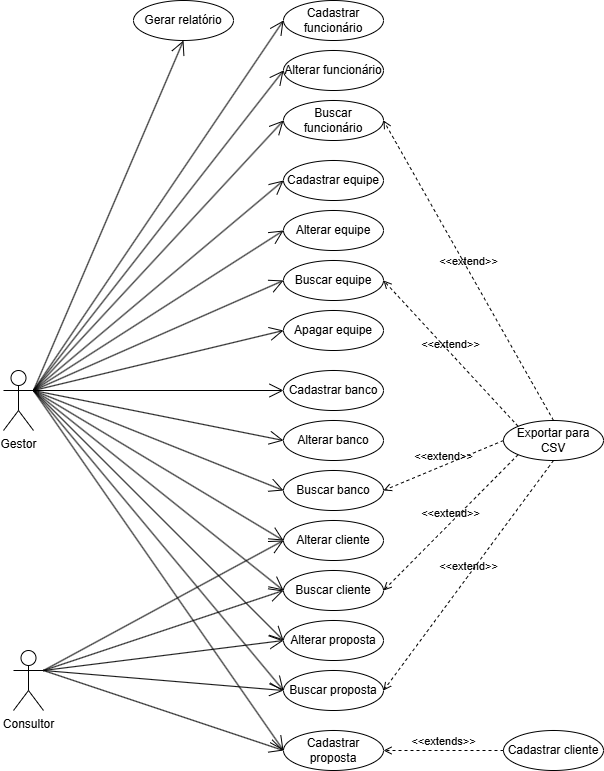
Hilan-CP/JSF-corban-multibancos keeps this draw.io diagram as documents/diagrama_de_caso_de_uso.png. Above is the earlier version. Source tidied: cells renumbered, new cells last; positions are measured from the earlier drawing's top-left corner, leaving out a move shared by most shapes. Its diagram source:
```xml
<mxGraphModel>
  <root>
    <mxCell id="0" />
    <mxCell id="1" parent="0" />
    <mxCell id="2" value="Gestor" style="shape=umlActor;verticalLabelPosition=bottom;verticalAlign=top;html=1;" parent="1" vertex="1">
      <mxGeometry y="370" width="30" height="60" as="geometry" />
    </mxCell>
    <mxCell id="3" value="Exportar para CSV" style="ellipse;whiteSpace=wrap;html=1;" parent="1" vertex="1">
      <mxGeometry x="500" y="420" width="100" height="40" as="geometry" />
    </mxCell>
    <mxCell id="4" value="Gerar relatório" style="ellipse;whiteSpace=wrap;html=1;" parent="1" vertex="1">
      <mxGeometry x="130" width="100" height="40" as="geometry" />
    </mxCell>
    <mxCell id="5" style="group;" parent="1" vertex="1">
      <mxGeometry x="280" width="100" height="140" as="geometry" />
    </mxCell>
    <mxCell id="6" value="Cadastrar funcionário" style="ellipse;whiteSpace=wrap;html=1;" parent="5" vertex="1">
      <mxGeometry width="100" height="40" as="geometry" />
    </mxCell>
    <mxCell id="7" value="Alterar funcionário" style="ellipse;whiteSpace=wrap;html=1;" parent="5" vertex="1">
      <mxGeometry y="50" width="100" height="40" as="geometry" />
    </mxCell>
    <mxCell id="8" value="Buscar funcionário" style="ellipse;whiteSpace=wrap;html=1;" parent="5" vertex="1">
      <mxGeometry y="100" width="100" height="40" as="geometry" />
    </mxCell>
    <mxCell id="9" style="group;" parent="1" vertex="1">
      <mxGeometry x="280" y="160" width="100" height="190" as="geometry" />
    </mxCell>
    <mxCell id="10" value="Apagar equipe" style="ellipse;whiteSpace=wrap;html=1;" parent="9" vertex="1">
      <mxGeometry y="150" width="100" height="40" as="geometry" />
    </mxCell>
    <mxCell id="11" value="Cadastrar equipe" style="ellipse;whiteSpace=wrap;html=1;" parent="9" vertex="1">
      <mxGeometry width="100" height="40" as="geometry" />
    </mxCell>
    <mxCell id="12" value="Alterar equipe" style="ellipse;whiteSpace=wrap;html=1;" parent="9" vertex="1">
      <mxGeometry y="50" width="100" height="40" as="geometry" />
    </mxCell>
    <mxCell id="13" value="Buscar equipe" style="ellipse;whiteSpace=wrap;html=1;" parent="9" vertex="1">
      <mxGeometry y="100" width="100" height="40" as="geometry" />
    </mxCell>
    <mxCell id="14" style="group;" parent="1" vertex="1">
      <mxGeometry x="280" y="370" width="100" height="140" as="geometry" />
    </mxCell>
    <mxCell id="15" value="Cadastrar banco" style="ellipse;whiteSpace=wrap;html=1;" parent="14" vertex="1">
      <mxGeometry width="100" height="40" as="geometry" />
    </mxCell>
    <mxCell id="16" value="Buscar banco" style="ellipse;whiteSpace=wrap;html=1;" parent="14" vertex="1">
      <mxGeometry y="100" width="100" height="40" as="geometry" />
    </mxCell>
    <mxCell id="17" value="Alterar banco" style="ellipse;whiteSpace=wrap;html=1;" parent="14" vertex="1">
      <mxGeometry y="50" width="100" height="40" as="geometry" />
    </mxCell>
    <mxCell id="18" value="Cadastrar cliente" style="ellipse;whiteSpace=wrap;html=1;" parent="1" vertex="1">
      <mxGeometry x="500" y="730" width="100" height="40" as="geometry" />
    </mxCell>
    <mxCell id="19" style="group;" parent="1" vertex="1">
      <mxGeometry x="280" y="520" width="100" height="90" as="geometry" />
    </mxCell>
    <mxCell id="20" value="Alterar cliente" style="ellipse;whiteSpace=wrap;html=1;" parent="19" vertex="1">
      <mxGeometry width="100" height="40" as="geometry" />
    </mxCell>
    <mxCell id="21" value="Buscar cliente" style="ellipse;whiteSpace=wrap;html=1;" parent="19" vertex="1">
      <mxGeometry y="50" width="100" height="40" as="geometry" />
    </mxCell>
    <mxCell id="22" value="&amp;lt;&amp;lt;extends&lt;span style=&quot;background-color: initial;&quot;&gt;&amp;gt;&amp;gt;&lt;/span&gt;" style="html=1;verticalAlign=bottom;labelBackgroundColor=none;endArrow=open;endFill=0;dashed=1;rounded=0;exitX=0;exitY=0.5;exitDx=0;exitDy=0;entryX=1;entryY=0.5;entryDx=0;entryDy=0;" parent="1" edge="1" source="18" target="23">
      <mxGeometry relative="1" as="geometry" />
    </mxCell>
    <mxCell id="23" value="Cadastrar proposta" style="ellipse;whiteSpace=wrap;html=1;" parent="1" vertex="1">
      <mxGeometry x="280" y="730" width="100" height="40" as="geometry" />
    </mxCell>
    <mxCell id="24" style="group;" parent="1" vertex="1">
      <mxGeometry x="280" y="620" width="100" height="90" as="geometry" />
    </mxCell>
    <mxCell id="25" value="Alterar proposta" style="ellipse;whiteSpace=wrap;html=1;" parent="24" vertex="1">
      <mxGeometry width="100" height="40" as="geometry" />
    </mxCell>
    <mxCell id="26" value="Buscar proposta" style="ellipse;whiteSpace=wrap;html=1;" parent="24" vertex="1">
      <mxGeometry y="50" width="100" height="40" as="geometry" />
    </mxCell>
    <mxCell id="27" value="&amp;lt;&amp;lt;extend&amp;gt;&amp;gt;" style="html=1;verticalAlign=bottom;labelBackgroundColor=none;endArrow=open;endFill=0;dashed=1;rounded=0;exitX=0.5;exitY=0;exitDx=0;exitDy=0;entryX=1;entryY=0.5;entryDx=0;entryDy=0;" parent="1" edge="1" source="3" target="8">
      <mxGeometry relative="1" as="geometry" />
    </mxCell>
    <mxCell id="28" value="&amp;lt;&amp;lt;extend&amp;gt;&amp;gt;" style="html=1;verticalAlign=bottom;labelBackgroundColor=none;endArrow=open;endFill=0;dashed=1;rounded=0;exitX=0;exitY=0;exitDx=0;exitDy=0;entryX=1;entryY=0.5;entryDx=0;entryDy=0;" parent="1" edge="1" source="3" target="13">
      <mxGeometry relative="1" as="geometry" />
    </mxCell>
    <mxCell id="29" value="&amp;lt;&amp;lt;extend&amp;gt;&amp;gt;" style="html=1;verticalAlign=bottom;labelBackgroundColor=none;endArrow=open;endFill=0;dashed=1;rounded=0;exitX=0;exitY=0.5;exitDx=0;exitDy=0;entryX=1;entryY=0.5;entryDx=0;entryDy=0;" parent="1" edge="1" source="3" target="16">
      <mxGeometry relative="1" as="geometry" />
    </mxCell>
    <mxCell id="30" value="&amp;lt;&amp;lt;extend&amp;gt;&amp;gt;" style="html=1;verticalAlign=bottom;labelBackgroundColor=none;endArrow=open;endFill=0;dashed=1;rounded=0;exitX=0;exitY=1;exitDx=0;exitDy=0;entryX=1;entryY=0.5;entryDx=0;entryDy=0;" parent="1" edge="1" source="3" target="21">
      <mxGeometry relative="1" as="geometry" />
    </mxCell>
    <mxCell id="31" value="&amp;lt;&amp;lt;extend&amp;gt;&amp;gt;" style="html=1;verticalAlign=bottom;labelBackgroundColor=none;endArrow=open;endFill=0;dashed=1;rounded=0;exitX=0.5;exitY=1;exitDx=0;exitDy=0;entryX=1;entryY=0.5;entryDx=0;entryDy=0;" parent="1" edge="1" source="3" target="26">
      <mxGeometry relative="1" as="geometry" />
    </mxCell>
    <mxCell id="32" style="endArrow=open;endFill=1;endSize=12;html=1;rounded=0;entryX=0.5;entryY=1;entryDx=0;entryDy=0;exitX=1;exitY=0.3333333333333333;exitDx=0;exitDy=0;exitPerimeter=0;" parent="1" edge="1" source="2" target="4">
      <mxGeometry relative="1" as="geometry" />
    </mxCell>
    <mxCell id="33" style="endArrow=open;endFill=1;endSize=12;html=1;rounded=0;entryX=0;entryY=0.5;entryDx=0;entryDy=0;exitX=1;exitY=0.3333333333333333;exitDx=0;exitDy=0;exitPerimeter=0;" parent="1" edge="1" source="2" target="6">
      <mxGeometry relative="1" as="geometry" />
    </mxCell>
    <mxCell id="34" style="endArrow=open;endFill=1;endSize=12;html=1;rounded=0;entryX=0;entryY=0.5;entryDx=0;entryDy=0;exitX=1;exitY=0.3333333333333333;exitDx=0;exitDy=0;exitPerimeter=0;" parent="1" edge="1" source="2" target="7">
      <mxGeometry relative="1" as="geometry" />
    </mxCell>
    <mxCell id="35" style="endArrow=open;endFill=1;endSize=12;html=1;rounded=0;entryX=0;entryY=0.5;entryDx=0;entryDy=0;exitX=1;exitY=0.3333333333333333;exitDx=0;exitDy=0;exitPerimeter=0;" parent="1" edge="1" source="2" target="8">
      <mxGeometry relative="1" as="geometry" />
    </mxCell>
    <mxCell id="36" style="endArrow=open;endFill=1;endSize=12;html=1;rounded=0;entryX=0;entryY=0.5;entryDx=0;entryDy=0;exitX=1;exitY=0.3333333333333333;exitDx=0;exitDy=0;exitPerimeter=0;" parent="1" edge="1" source="2" target="11">
      <mxGeometry relative="1" as="geometry" />
    </mxCell>
    <mxCell id="37" style="endArrow=open;endFill=1;endSize=12;html=1;rounded=0;entryX=0;entryY=0.5;entryDx=0;entryDy=0;exitX=1;exitY=0.3333333333333333;exitDx=0;exitDy=0;exitPerimeter=0;" parent="1" edge="1" source="2" target="12">
      <mxGeometry relative="1" as="geometry" />
    </mxCell>
    <mxCell id="38" style="endArrow=open;endFill=1;endSize=12;html=1;rounded=0;exitX=1;exitY=0.3333333333333333;exitDx=0;exitDy=0;exitPerimeter=0;entryX=0;entryY=0.5;entryDx=0;entryDy=0;" parent="1" edge="1" source="2" target="13">
      <mxGeometry relative="1" as="geometry" />
    </mxCell>
    <mxCell id="39" style="endArrow=open;endFill=1;endSize=12;html=1;rounded=0;entryX=0;entryY=0.5;entryDx=0;entryDy=0;exitX=1;exitY=0.3333333333333333;exitDx=0;exitDy=0;exitPerimeter=0;" parent="1" edge="1" source="2" target="10">
      <mxGeometry relative="1" as="geometry" />
    </mxCell>
    <mxCell id="40" style="endArrow=open;endFill=1;endSize=12;html=1;rounded=0;exitX=1;exitY=0.3333333333333333;exitDx=0;exitDy=0;exitPerimeter=0;entryX=0;entryY=0.5;entryDx=0;entryDy=0;" parent="1" edge="1" source="2" target="15">
      <mxGeometry relative="1" as="geometry" />
    </mxCell>
    <mxCell id="41" style="endArrow=open;endFill=1;endSize=12;html=1;rounded=0;exitX=1;exitY=0.3333333333333333;exitDx=0;exitDy=0;exitPerimeter=0;entryX=0;entryY=0.5;entryDx=0;entryDy=0;" parent="1" edge="1" source="2" target="17">
      <mxGeometry relative="1" as="geometry" />
    </mxCell>
    <mxCell id="42" style="endArrow=open;endFill=1;endSize=12;html=1;rounded=0;exitX=1;exitY=0.3333333333333333;exitDx=0;exitDy=0;exitPerimeter=0;" parent="1" edge="1" source="2">
      <mxGeometry relative="1" as="geometry">
        <mxPoint x="280" y="490" as="targetPoint" />
      </mxGeometry>
    </mxCell>
    <mxCell id="43" style="endArrow=open;endFill=1;endSize=12;html=1;rounded=0;entryX=0;entryY=0.5;entryDx=0;entryDy=0;exitX=1;exitY=0.3333333333333333;exitDx=0;exitDy=0;exitPerimeter=0;" parent="1" edge="1" source="2" target="20">
      <mxGeometry relative="1" as="geometry" />
    </mxCell>
    <mxCell id="44" style="endArrow=open;endFill=1;endSize=12;html=1;rounded=0;entryX=0;entryY=0.5;entryDx=0;entryDy=0;exitX=1;exitY=0.3333333333333333;exitDx=0;exitDy=0;exitPerimeter=0;" parent="1" edge="1" source="2" target="21">
      <mxGeometry relative="1" as="geometry" />
    </mxCell>
    <mxCell id="45" style="endArrow=open;endFill=1;endSize=12;html=1;rounded=0;exitX=1;exitY=0.3333333333333333;exitDx=0;exitDy=0;exitPerimeter=0;entryX=0;entryY=0.5;entryDx=0;entryDy=0;" parent="1" edge="1" source="2" target="25">
      <mxGeometry relative="1" as="geometry" />
    </mxCell>
    <mxCell id="46" style="endArrow=open;endFill=1;endSize=12;html=1;rounded=0;exitX=1;exitY=0.3333333333333333;exitDx=0;exitDy=0;exitPerimeter=0;entryX=0;entryY=0.5;entryDx=0;entryDy=0;" parent="1" edge="1" source="2" target="26">
      <mxGeometry relative="1" as="geometry" />
    </mxCell>
    <mxCell id="47" style="endArrow=open;endFill=1;endSize=12;html=1;rounded=0;exitX=1;exitY=0.3333333333333333;exitDx=0;exitDy=0;exitPerimeter=0;entryX=0;entryY=0.5;entryDx=0;entryDy=0;" parent="1" edge="1" source="2" target="23">
      <mxGeometry relative="1" as="geometry" />
    </mxCell>
    <mxCell id="48" value="Consultor" style="shape=umlActor;verticalLabelPosition=bottom;verticalAlign=top;html=1;" parent="1" vertex="1">
      <mxGeometry x="10" y="650" width="30" height="60" as="geometry" />
    </mxCell>
    <mxCell id="49" style="endArrow=open;endFill=1;endSize=12;html=1;rounded=0;exitX=1;exitY=0.3333333333333333;exitDx=0;exitDy=0;exitPerimeter=0;entryX=0;entryY=0.5;entryDx=0;entryDy=0;" parent="1" edge="1" source="48" target="20">
      <mxGeometry relative="1" as="geometry" />
    </mxCell>
    <mxCell id="50" style="endArrow=open;endFill=1;endSize=12;html=1;rounded=0;exitX=1;exitY=0.3333333333333333;exitDx=0;exitDy=0;exitPerimeter=0;entryX=0;entryY=0.5;entryDx=0;entryDy=0;" parent="1" edge="1" source="48" target="21">
      <mxGeometry relative="1" as="geometry" />
    </mxCell>
    <mxCell id="51" style="endArrow=open;endFill=1;endSize=12;html=1;rounded=0;exitX=1;exitY=0.3333333333333333;exitDx=0;exitDy=0;exitPerimeter=0;entryX=0;entryY=0.5;entryDx=0;entryDy=0;" parent="1" edge="1" source="48" target="25">
      <mxGeometry relative="1" as="geometry" />
    </mxCell>
    <mxCell id="52" style="endArrow=open;endFill=1;endSize=12;html=1;rounded=0;exitX=1;exitY=0.3333333333333333;exitDx=0;exitDy=0;exitPerimeter=0;entryX=0;entryY=0.5;entryDx=0;entryDy=0;" parent="1" edge="1" source="48" target="26">
      <mxGeometry relative="1" as="geometry" />
    </mxCell>
    <mxCell id="53" style="endArrow=open;endFill=1;endSize=12;html=1;rounded=0;exitX=1;exitY=0.3333333333333333;exitDx=0;exitDy=0;exitPerimeter=0;entryX=0;entryY=0.5;entryDx=0;entryDy=0;" parent="1" edge="1" source="48" target="23">
      <mxGeometry relative="1" as="geometry" />
    </mxCell>
  </root>
</mxGraphModel>
```
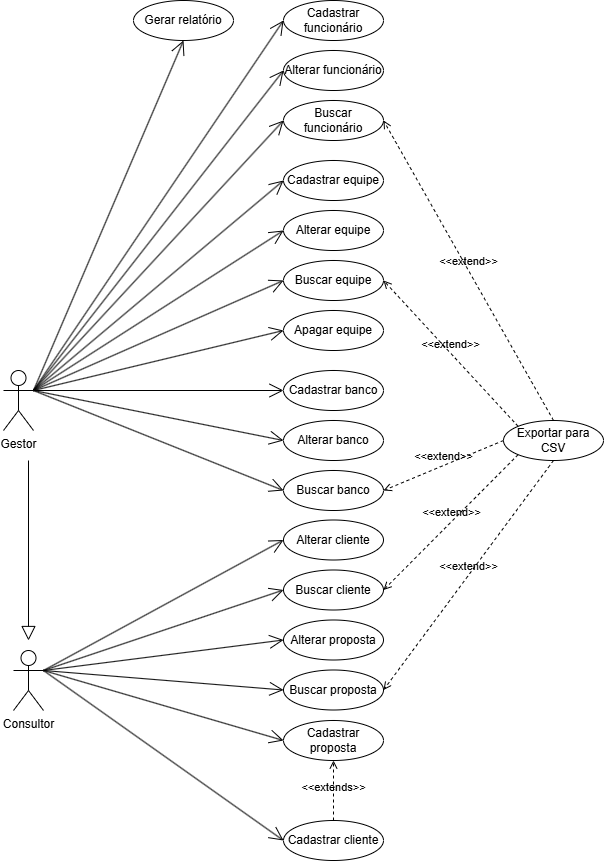
The same file after the commit.

Commit message:
Revisão de requisitos e diagramas

Change to the diagram source:
```diff
@@ -51,10 +51,10 @@
       <mxGeometry y="50" width="100" height="40" as="geometry" />
     </mxCell>
     <mxCell id="18" value="Cadastrar cliente" style="ellipse;whiteSpace=wrap;html=1;" parent="1" vertex="1">
-      <mxGeometry x="500" y="730" width="100" height="40" as="geometry" />
+      <mxGeometry x="280" y="820" width="100" height="40" as="geometry" />
     </mxCell>
     <mxCell id="19" style="group;" parent="1" vertex="1">
-      <mxGeometry x="280" y="520" width="100" height="90" as="geometry" />
+      <mxGeometry x="280" y="519.5" width="100" height="90" as="geometry" />
     </mxCell>
     <mxCell id="20" value="Alterar cliente" style="ellipse;whiteSpace=wrap;html=1;" parent="19" vertex="1">
       <mxGeometry width="100" height="40" as="geometry" />
@@ -62,14 +62,14 @@
     <mxCell id="21" value="Buscar cliente" style="ellipse;whiteSpace=wrap;html=1;" parent="19" vertex="1">
       <mxGeometry y="50" width="100" height="40" as="geometry" />
     </mxCell>
-    <mxCell id="22" value="&amp;lt;&amp;lt;extends&lt;span style=&quot;background-color: initial;&quot;&gt;&amp;gt;&amp;gt;&lt;/span&gt;" style="html=1;verticalAlign=bottom;labelBackgroundColor=none;endArrow=open;endFill=0;dashed=1;rounded=0;exitX=0;exitY=0.5;exitDx=0;exitDy=0;entryX=1;entryY=0.5;entryDx=0;entryDy=0;" parent="1" edge="1" source="18" target="23">
-      <mxGeometry relative="1" as="geometry" />
+    <mxCell id="22" value="&amp;lt;&amp;lt;extends&lt;span style=&quot;background-color: initial;&quot;&gt;&amp;gt;&amp;gt;&lt;/span&gt;" style="html=1;verticalAlign=bottom;labelBackgroundColor=none;endArrow=open;endFill=0;dashed=1;rounded=0;exitX=0.5;exitY=0;exitDx=0;exitDy=0;entryX=0.5;entryY=1;entryDx=0;entryDy=0;" parent="1" edge="1" source="18" target="23">
+      <mxGeometry x="-0.2" relative="1" as="geometry" />
     </mxCell>
     <mxCell id="23" value="Cadastrar proposta" style="ellipse;whiteSpace=wrap;html=1;" parent="1" vertex="1">
-      <mxGeometry x="280" y="730" width="100" height="40" as="geometry" />
+      <mxGeometry x="280" y="720" width="100" height="40" as="geometry" />
     </mxCell>
     <mxCell id="24" style="group;" parent="1" vertex="1">
-      <mxGeometry x="280" y="620" width="100" height="90" as="geometry" />
+      <mxGeometry x="280" y="619.5" width="100" height="90" as="geometry" />
     </mxCell>
     <mxCell id="25" value="Alterar proposta" style="ellipse;whiteSpace=wrap;html=1;" parent="24" vertex="1">
       <mxGeometry width="100" height="40" as="geometry" />
@@ -127,21 +127,6 @@
         <mxPoint x="280" y="490" as="targetPoint" />
       </mxGeometry>
     </mxCell>
-    <mxCell id="43" style="endArrow=open;endFill=1;endSize=12;html=1;rounded=0;entryX=0;entryY=0.5;entryDx=0;entryDy=0;exitX=1;exitY=0.3333333333333333;exitDx=0;exitDy=0;exitPerimeter=0;" parent="1" edge="1" source="2" target="20">
-      <mxGeometry relative="1" as="geometry" />
-    </mxCell>
-    <mxCell id="44" style="endArrow=open;endFill=1;endSize=12;html=1;rounded=0;entryX=0;entryY=0.5;entryDx=0;entryDy=0;exitX=1;exitY=0.3333333333333333;exitDx=0;exitDy=0;exitPerimeter=0;" parent="1" edge="1" source="2" target="21">
-      <mxGeometry relative="1" as="geometry" />
-    </mxCell>
-    <mxCell id="45" style="endArrow=open;endFill=1;endSize=12;html=1;rounded=0;exitX=1;exitY=0.3333333333333333;exitDx=0;exitDy=0;exitPerimeter=0;entryX=0;entryY=0.5;entryDx=0;entryDy=0;" parent="1" edge="1" source="2" target="25">
-      <mxGeometry relative="1" as="geometry" />
-    </mxCell>
-    <mxCell id="46" style="endArrow=open;endFill=1;endSize=12;html=1;rounded=0;exitX=1;exitY=0.3333333333333333;exitDx=0;exitDy=0;exitPerimeter=0;entryX=0;entryY=0.5;entryDx=0;entryDy=0;" parent="1" edge="1" source="2" target="26">
-      <mxGeometry relative="1" as="geometry" />
-    </mxCell>
-    <mxCell id="47" style="endArrow=open;endFill=1;endSize=12;html=1;rounded=0;exitX=1;exitY=0.3333333333333333;exitDx=0;exitDy=0;exitPerimeter=0;entryX=0;entryY=0.5;entryDx=0;entryDy=0;" parent="1" edge="1" source="2" target="23">
-      <mxGeometry relative="1" as="geometry" />
-    </mxCell>
     <mxCell id="48" value="Consultor" style="shape=umlActor;verticalLabelPosition=bottom;verticalAlign=top;html=1;" parent="1" vertex="1">
       <mxGeometry x="10" y="650" width="30" height="60" as="geometry" />
     </mxCell>
@@ -160,5 +145,14 @@
     <mxCell id="53" style="endArrow=open;endFill=1;endSize=12;html=1;rounded=0;exitX=1;exitY=0.3333333333333333;exitDx=0;exitDy=0;exitPerimeter=0;entryX=0;entryY=0.5;entryDx=0;entryDy=0;" parent="1" edge="1" source="48" target="23">
       <mxGeometry relative="1" as="geometry" />
     </mxCell>
+    <mxCell id="54" style="endArrow=open;endFill=1;endSize=12;html=1;rounded=0;exitX=1;exitY=0.3333333333333333;exitDx=0;exitDy=0;exitPerimeter=0;entryX=0;entryY=0.5;entryDx=0;entryDy=0;" parent="1" edge="1" source="48" target="18">
+      <mxGeometry relative="1" as="geometry" />
+    </mxCell>
+    <mxCell id="55" style="edgeStyle=none;html=1;endSize=12;endArrow=block;endFill=0;rounded=0;" parent="1" edge="1">
+      <mxGeometry relative="1" as="geometry">
+        <mxPoint x="25" y="460" as="sourcePoint" />
+        <mxPoint x="25" y="640" as="targetPoint" />
+      </mxGeometry>
+    </mxCell>
   </root>
 </mxGraphModel>
```
